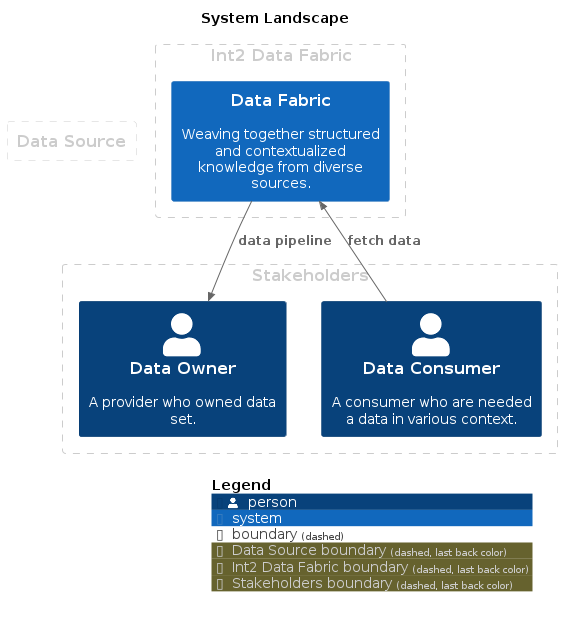
Before: master/png/SystemLandscape.png, a diagram exported from PlantUML (IntellectusCorp/data-fabric-docs). The source it was exported from:
```plantuml
@startuml
set separator none
title System Landscape

top to bottom direction

!include <C4/C4>
!include <C4/C4_Context>

AddBoundaryTag("Data Source", $borderColor="#cccccc", $fontColor="#cccccc")
Boundary(group_1, "Data Source", $tags="Data Source") {
}

AddBoundaryTag("Int2 Data Fabric", $borderColor="#cccccc", $fontColor="#cccccc")
Boundary(group_2, "Int2 Data Fabric", $tags="Int2 Data Fabric") {
  System(DataFabric, "Data Fabric", $descr="Weaving together structured and contextualized knowledge from diverse sources.", $tags="", $link="")
}

AddBoundaryTag("Stakeholders", $borderColor="#cccccc", $fontColor="#cccccc")
Boundary(group_3, "Stakeholders", $tags="Stakeholders") {
  Person(DataConsumer, "Data Consumer", $descr="A consumer who are needed a data in various context.", $tags="", $link="")
  Person(DataOwner, "Data Owner", $descr="A provider who owned data set.", $tags="", $link="")
}


Rel_D(DataConsumer, DataFabric, "fetch data", $techn="", $tags="", $link="")
Rel_D(DataFabric, DataOwner, "data pipeline", $techn="", $tags="", $link="")

SHOW_LEGEND(true)
@enduml
```
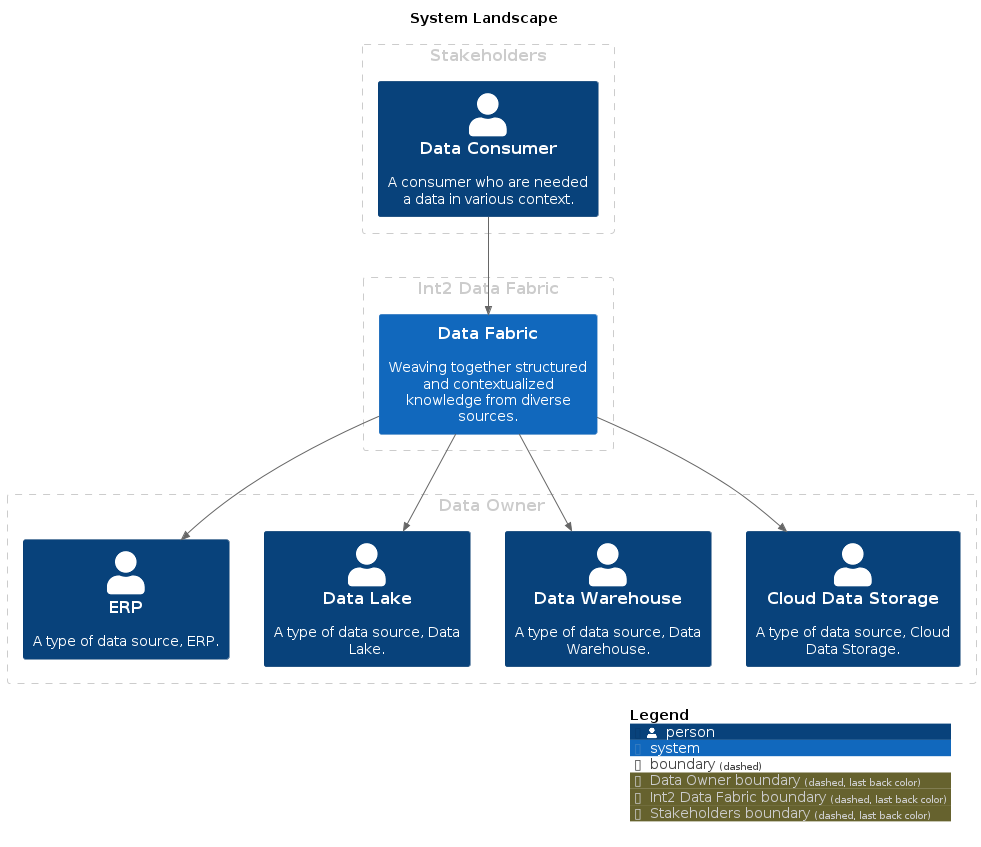
The same diagram one commit later.

The edit, as a diff of the source:
```diff
@@ -7,8 +7,12 @@
 !include <C4/C4>
 !include <C4/C4_Context>
 
-AddBoundaryTag("Data Source", $borderColor="#cccccc", $fontColor="#cccccc")
-Boundary(group_1, "Data Source", $tags="Data Source") {
+AddBoundaryTag("Data Owner", $borderColor="#cccccc", $fontColor="#cccccc")
+Boundary(group_1, "Data Owner", $tags="Data Owner") {
+  Person(ERP, "ERP", $descr="A type of data source, ERP.", $tags="", $link="")
+  Person(DataLake, "Data Lake", $descr="A type of data source, Data Lake.", $tags="", $link="")
+  Person(DataWarehouse, "Data Warehouse", $descr="A type of data source, Data Warehouse.", $tags="", $link="")
+  Person(CloudDataStorage, "Cloud Data Storage", $descr="A type of data source, Cloud Data Storage.", $tags="", $link="")
 }
 
 AddBoundaryTag("Int2 Data Fabric", $borderColor="#cccccc", $fontColor="#cccccc")
@@ -19,12 +23,14 @@
 AddBoundaryTag("Stakeholders", $borderColor="#cccccc", $fontColor="#cccccc")
 Boundary(group_3, "Stakeholders", $tags="Stakeholders") {
   Person(DataConsumer, "Data Consumer", $descr="A consumer who are needed a data in various context.", $tags="", $link="")
-  Person(DataOwner, "Data Owner", $descr="A provider who owned data set.", $tags="", $link="")
 }
 
 
-Rel_D(DataConsumer, DataFabric, "fetch data", $techn="", $tags="", $link="")
-Rel_D(DataFabric, DataOwner, "data pipeline", $techn="", $tags="", $link="")
+Rel_D(DataConsumer, DataFabric, "", $techn="", $tags="", $link="")
+Rel_D(DataFabric, ERP, "", $techn="", $tags="", $link="")
+Rel_D(DataFabric, DataLake, "", $techn="", $tags="", $link="")
+Rel_D(DataFabric, DataWarehouse, "", $techn="", $tags="", $link="")
+Rel_D(DataFabric, CloudDataStorage, "", $techn="", $tags="", $link="")
 
 SHOW_LEGEND(true)
 @enduml
```
